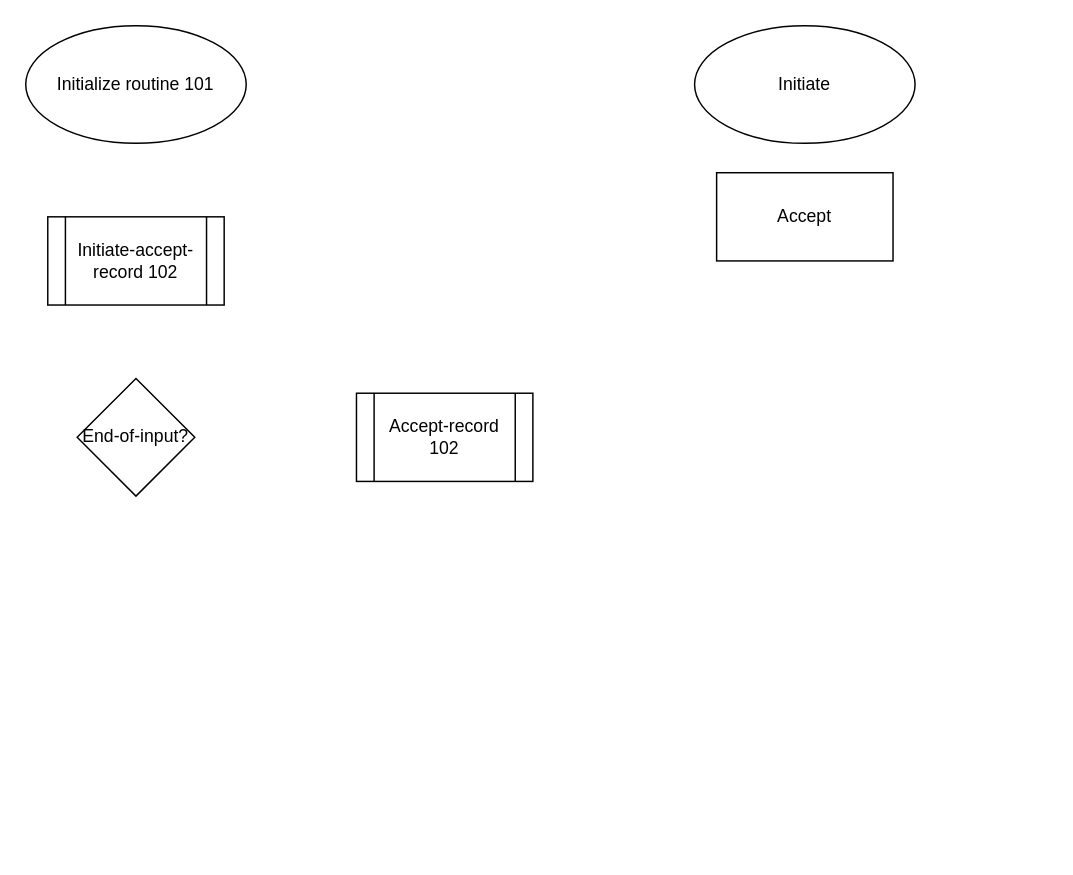
Above: Untitled Diagram.drawio in Wild-Things/Cobol-Flowcharts-a1 (draw.io), before the change. Source tidied: cells renumbered, new cells numbered last; positions are measured from the earlier drawing's top-left corner, leaving out a move shared by most shapes. Both pictures are drawn from the tidied source at 147%, with x=0, y=0 at pixel (25, 25).
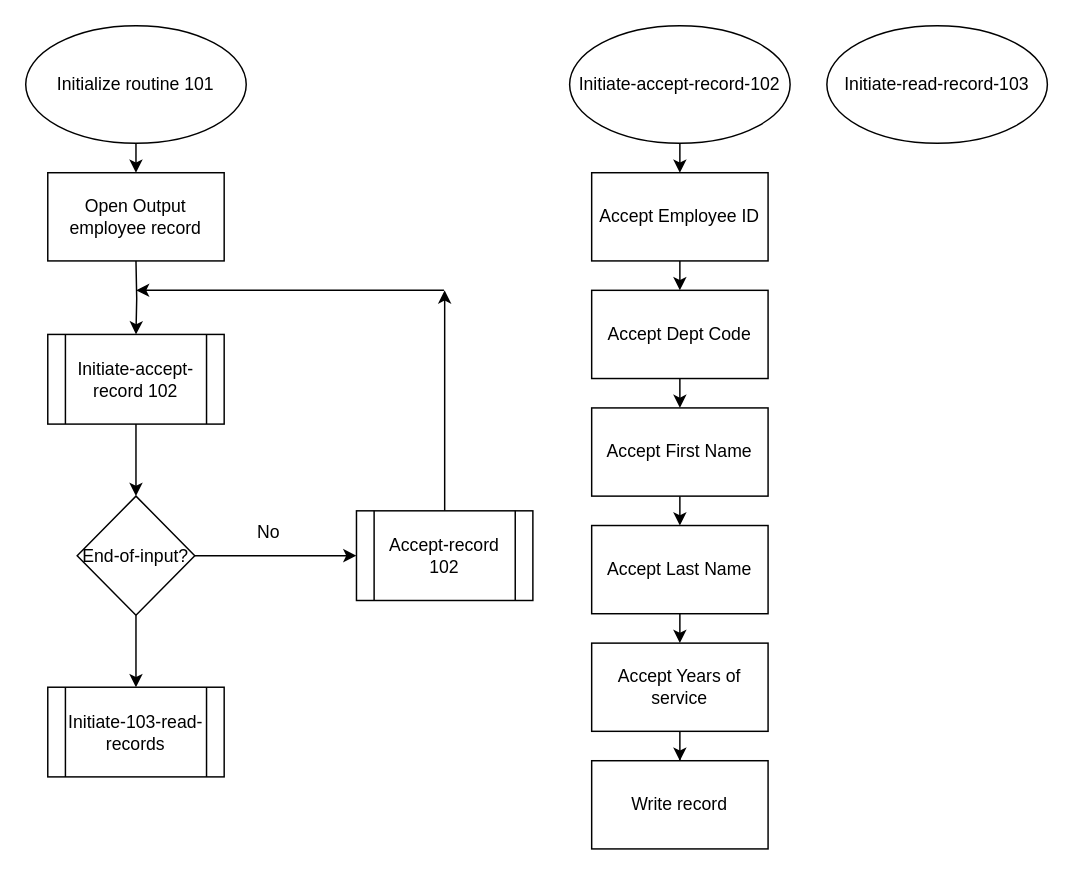
The same page after the edit.

The change refers to these unchanged cells:
```xml
<mxCell id="2" value="Initialize routine 101" style="ellipse;whiteSpace=wrap;html=1;" parent="1" vertex="1">
  <mxGeometry width="150" height="80" as="geometry" />
</mxCell>
```

The edit, as a diff of the source:
```diff
@@
+    <mxCell id="8" style="edgeStyle=orthogonalEdgeStyle;rounded=0;jettySize=auto;html=1;exitX=0.5;exitY=1;exitDx=0;exitDy=0;entryX=0.5;entryY=0;entryDx=0;entryDy=0;" parent="1" edge="1" target="4">
+      <mxGeometry relative="1" as="geometry">
+        <mxPoint x="75" y="160" as="sourcePoint" />
+      </mxGeometry>
+    </mxCell>
+    <mxCell id="9" style="edgeStyle=orthogonalEdgeStyle;rounded=0;jettySize=auto;html=1;exitX=0.5;exitY=1;exitDx=0;exitDy=0;entryX=0.5;entryY=0;entryDx=0;entryDy=0;" parent="1" edge="1" source="2" target="21">
+      <mxGeometry relative="1" as="geometry" />
+    </mxCell>
@@
+    <mxCell id="10" style="edgeStyle=orthogonalEdgeStyle;rounded=0;jettySize=auto;html=1;exitX=0.5;exitY=0;exitDx=0;exitDy=0;" parent="1" edge="1" source="3">
+      <mxGeometry relative="1" as="geometry">
+        <mxPoint x="285" y="180" as="targetPoint" />
+      </mxGeometry>
+    </mxCell>
     <mxCell id="3" value="Accept-record 102" style="shape=process;whiteSpace=wrap;html=1;backgroundOutline=1;" parent="1" vertex="1">
-      <mxGeometry x="225" y="250" width="120" height="60" as="geometry" />
+      <mxGeometry x="225" y="330" width="120" height="61" as="geometry" />
     </mxCell>
+    <mxCell id="11" style="edgeStyle=orthogonalEdgeStyle;rounded=0;jettySize=auto;html=1;exitX=0.5;exitY=1;exitDx=0;exitDy=0;entryX=0.5;entryY=0;entryDx=0;entryDy=0;" parent="1" edge="1" source="4" target="5">
+      <mxGeometry relative="1" as="geometry" />
+    </mxCell>
     <mxCell id="4" value="Initiate-accept-record 102" style="shape=process;whiteSpace=wrap;html=1;backgroundOutline=1;" parent="1" vertex="1">
-      <mxGeometry x="15" y="130" width="120" height="60" as="geometry" />
+      <mxGeometry x="15" y="210" width="120" height="61" as="geometry" />
     </mxCell>
+    <mxCell id="12" style="edgeStyle=orthogonalEdgeStyle;rounded=0;jettySize=auto;html=1;exitX=1;exitY=0.5;exitDx=0;exitDy=0;entryX=0;entryY=0.5;entryDx=0;entryDy=0;" parent="1" edge="1" source="5" target="3">
+      <mxGeometry relative="1" as="geometry" />
+    </mxCell>
+    <mxCell id="13" style="edgeStyle=orthogonalEdgeStyle;rounded=0;jettySize=auto;html=1;exitX=0.5;exitY=1;exitDx=0;exitDy=0;" parent="1" edge="1" source="5">
+      <mxGeometry relative="1" as="geometry">
+        <mxPoint x="75" y="450" as="targetPoint" />
+      </mxGeometry>
+    </mxCell>
     <mxCell id="5" value="End-of-input?" style="rhombus;whiteSpace=wrap;html=1;" parent="1" vertex="1">
-      <mxGeometry x="35" y="240" width="80" height="80" as="geometry" />
+      <mxGeometry x="35" y="320" width="80" height="81" as="geometry" />
     </mxCell>
+    <mxCell id="14" style="edgeStyle=orthogonalEdgeStyle;rounded=0;jettySize=auto;html=1;exitX=0.5;exitY=1;exitDx=0;exitDy=0;entryX=0.5;entryY=0;entryDx=0;entryDy=0;" parent="1" edge="1" source="6" target="7">
+      <mxGeometry relative="1" as="geometry" />
+    </mxCell>
-    <mxCell id="6" value="Initiate" style="ellipse;whiteSpace=wrap;html=1;" parent="1" vertex="1">
-      <mxGeometry x="455" width="150" height="80" as="geometry" />
+    <mxCell id="6" value="Initiate-accept-record-102" style="ellipse;whiteSpace=wrap;html=1;" parent="1" vertex="1">
+      <mxGeometry x="370" width="150" height="80" as="geometry" />
     </mxCell>
+    <mxCell id="15" style="edgeStyle=orthogonalEdgeStyle;rounded=0;jettySize=auto;html=1;exitX=0.5;exitY=1;exitDx=0;exitDy=0;entryX=0.5;entryY=0;entryDx=0;entryDy=0;" parent="1" edge="1" source="7" target="18">
+      <mxGeometry relative="1" as="geometry" />
+    </mxCell>
-    <mxCell id="7" value="Accept " style="rounded=0;whiteSpace=wrap;html=1;" parent="1" vertex="1">
-      <mxGeometry x="470" y="100" width="120" height="60" as="geometry" />
+    <mxCell id="7" value="Accept Employee ID" style="rounded=0;whiteSpace=wrap;html=1;" parent="1" vertex="1">
+      <mxGeometry x="385" y="100" width="120" height="60" as="geometry" />
     </mxCell>
+    <mxCell id="16" style="edgeStyle=orthogonalEdgeStyle;rounded=0;orthogonalLoop=1;jettySize=auto;html=1;exitX=0.5;exitY=0;exitDx=0;exitDy=0;" parent="1" edge="1">
+      <mxGeometry relative="1" as="geometry">
+        <mxPoint x="284.5" y="180" as="sourcePoint" />
+        <mxPoint x="75" y="180" as="targetPoint" />
+      </mxGeometry>
+    </mxCell>
+    <mxCell id="17" style="edgeStyle=orthogonalEdgeStyle;rounded=0;jettySize=auto;html=1;exitX=0.5;exitY=1;exitDx=0;exitDy=0;entryX=0.5;entryY=0;entryDx=0;entryDy=0;" parent="1" edge="1" source="18" target="20">
+      <mxGeometry relative="1" as="geometry" />
+    </mxCell>
+    <mxCell id="18" value="Accept Dept Code" style="rounded=0;whiteSpace=wrap;html=1;" parent="1" vertex="1">
+      <mxGeometry x="385" y="180" width="120" height="60" as="geometry" />
+    </mxCell>
+    <mxCell id="19" style="edgeStyle=orthogonalEdgeStyle;rounded=0;jettySize=auto;html=1;exitX=0.5;exitY=1;exitDx=0;exitDy=0;entryX=0.5;entryY=0;entryDx=0;entryDy=0;" parent="1" edge="1" source="20" target="23">
+      <mxGeometry relative="1" as="geometry" />
+    </mxCell>
+    <mxCell id="20" value="Accept First Name" style="rounded=0;whiteSpace=wrap;html=1;" parent="1" vertex="1">
+      <mxGeometry x="385" y="260" width="120" height="60" as="geometry" />
+    </mxCell>
+    <mxCell id="21" value="&lt;div&gt;Open Output employee record&lt;/div&gt;" style="rounded=0;whiteSpace=wrap;html=1;" parent="1" vertex="1">
+      <mxGeometry x="15" y="100" width="120" height="60" as="geometry" />
+    </mxCell>
+    <mxCell id="22" style="edgeStyle=orthogonalEdgeStyle;rounded=0;jettySize=auto;html=1;exitX=0.5;exitY=1;exitDx=0;exitDy=0;entryX=0.5;entryY=0;entryDx=0;entryDy=0;" parent="1" edge="1" source="23" target="26">
+      <mxGeometry relative="1" as="geometry" />
+    </mxCell>
+    <mxCell id="23" value="Accept Last Name" style="rounded=0;whiteSpace=wrap;html=1;" parent="1" vertex="1">
+      <mxGeometry x="385" y="340" width="120" height="60" as="geometry" />
+    </mxCell>
+    <mxCell id="24" value="No" style="text;html=1;align=center;verticalAlign=middle;strokeColor=none;fillColor=none;" parent="1" vertex="1">
+      <mxGeometry x="145" y="330" width="40" height="30" as="geometry" />
+    </mxCell>
+    <mxCell id="25" style="edgeStyle=orthogonalEdgeStyle;rounded=0;jettySize=auto;html=1;exitX=0.5;exitY=1;exitDx=0;exitDy=0;" parent="1" edge="1" source="26" target="27">
+      <mxGeometry relative="1" as="geometry" />
+    </mxCell>
+    <mxCell id="26" value="&lt;div&gt;Accept Years of service&lt;/div&gt;" style="rounded=0;whiteSpace=wrap;html=1;" parent="1" vertex="1">
+      <mxGeometry x="385" y="420" width="120" height="60" as="geometry" />
+    </mxCell>
+    <mxCell id="27" value="&lt;div&gt;Write record&lt;/div&gt;" style="rounded=0;whiteSpace=wrap;html=1;" parent="1" vertex="1">
+      <mxGeometry x="385" y="500" width="120" height="60" as="geometry" />
+    </mxCell>
+    <mxCell id="28" value="Initiate-103-read-records" style="shape=process;whiteSpace=wrap;html=1;backgroundOutline=1;" parent="1" vertex="1">
+      <mxGeometry x="15" y="450" width="120" height="61" as="geometry" />
+    </mxCell>
+    <mxCell id="29" value="Initiate-read-record-103" style="ellipse;whiteSpace=wrap;html=1;" parent="1" vertex="1">
+      <mxGeometry x="545" width="150" height="80" as="geometry" />
+    </mxCell>
```
